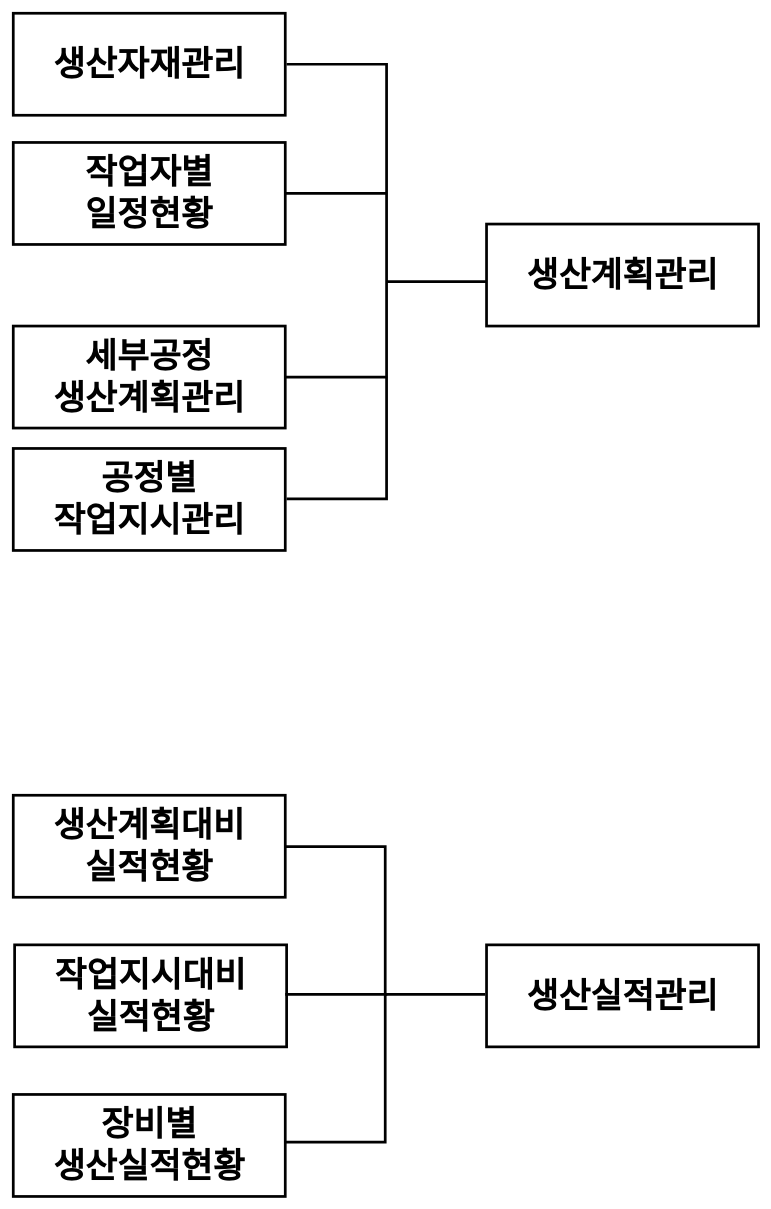
JRiho/alphaknow-project1 keeps this draw.io diagram as 지훈.drawio. Above is the earlier version. Source tidied: cells renumbered, new cells numbered last; positions are measured from the earlier drawing's top-left corner, leaving out a move shared by most shapes. Both pictures are drawn from the tidied source at 68%, with x=0, y=0 at pixel (13, 13).
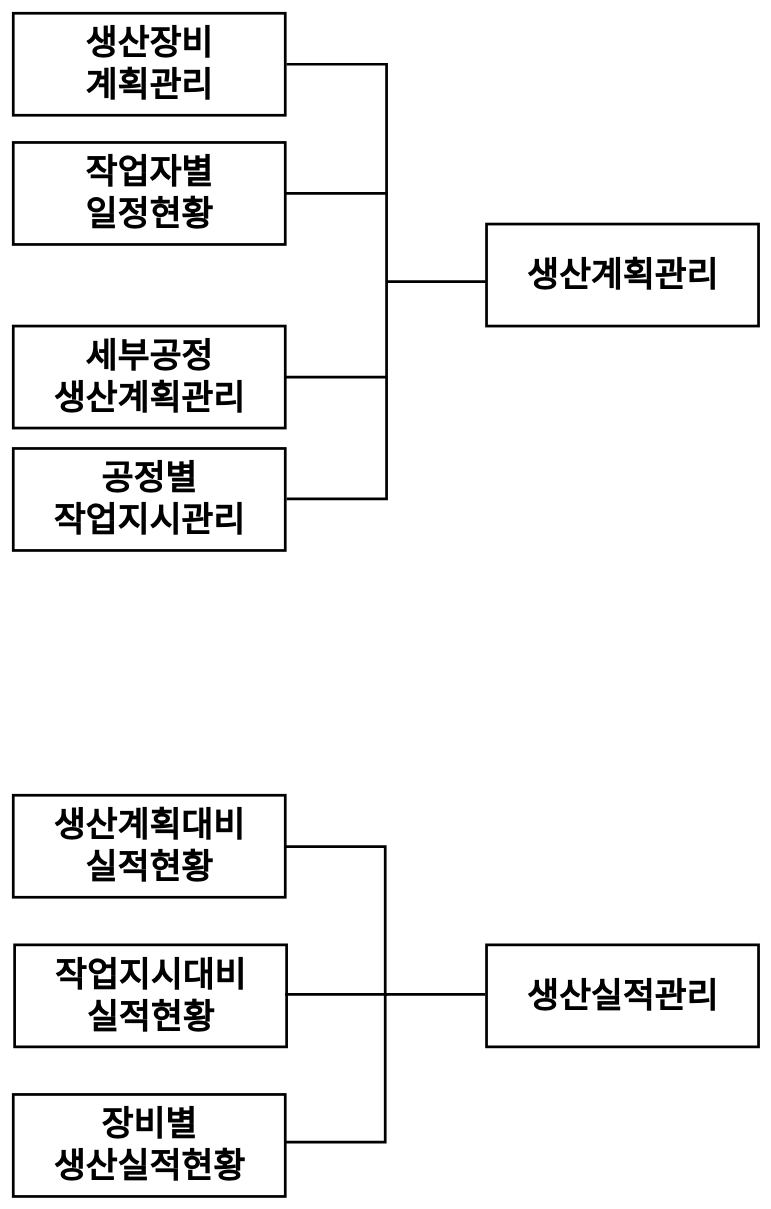
The same page after the edit.

Commit message:
지훈.drawio 업데이트

Change to the diagram source:
```diff
@@
 <mxGraphModel>
   <root>
     <mxCell id="0" />
     <mxCell id="1" parent="0" />
     <mxCell id="2" style="group;" parent="1" vertex="1">
       <mxGeometry width="1096" height="790" as="geometry" />
     </mxCell>
     <mxCell id="3" value="생산계획관리" style="rounded=0;whiteSpace=wrap;html=1;fontSize=51;strokeWidth=4;fontStyle=1;" parent="2" vertex="1">
       <mxGeometry x="696" y="310" width="400" height="150" as="geometry" />
     </mxCell>
-    <mxCell id="4" value="생산자재관리" style="rounded=0;whiteSpace=wrap;html=1;fontSize=51;strokeWidth=4;fontStyle=1;" parent="2" vertex="1">
+    <mxCell id="4" value="생산장비&lt;br&gt;계획관리" style="rounded=0;whiteSpace=wrap;html=1;fontSize=51;strokeWidth=4;fontStyle=1;" parent="2" vertex="1">
       <mxGeometry width="400" height="150" as="geometry" />
     </mxCell>
     <mxCell id="5" value="세부공정&lt;br&gt;생산계획관리" style="rounded=0;whiteSpace=wrap;html=1;fontSize=51;strokeWidth=4;fontStyle=1;" parent="2" vertex="1">
       <mxGeometry y="460" width="400" height="150" as="geometry" />
     </mxCell>
     <mxCell id="6" value="작업자별&lt;br&gt;일정현황" style="rounded=0;whiteSpace=wrap;html=1;fontSize=51;strokeWidth=4;fontStyle=1;" parent="2" vertex="1">
       <mxGeometry y="190" width="400" height="150" as="geometry" />
     </mxCell>
     <mxCell id="7" value="공정별&lt;br&gt;작업지시관리" style="rounded=0;whiteSpace=wrap;html=1;fontSize=51;strokeWidth=4;fontStyle=1;" parent="2" vertex="1">
       <mxGeometry y="640" width="400" height="150" as="geometry" />
     </mxCell>
     <mxCell id="8" style="strokeWidth=4;html=1;shape=mxgraph.flowchart.annotation_2;align=left;labelPosition=right;rotation=-180;" parent="2" vertex="1">
       <mxGeometry x="402" y="75" width="294" height="639" as="geometry" />
     </mxCell>
     <mxCell id="9" style="line;strokeWidth=4;html=1;" parent="2" vertex="1">
       <mxGeometry x="400" y="260" width="150" height="10" as="geometry" />
     </mxCell>
     <mxCell id="10" style="line;strokeWidth=4;html=1;" parent="2" vertex="1">
       <mxGeometry x="400" y="530" width="150" height="10" as="geometry" />
     </mxCell>
     <mxCell id="11" style="group;" parent="1" vertex="1">
       <mxGeometry y="1150" width="1096" height="590" as="geometry" />
     </mxCell>
     <mxCell id="12" value="생산실적관리" style="rounded=0;whiteSpace=wrap;html=1;fontSize=51;strokeWidth=4;fontStyle=1;" parent="11" vertex="1">
       <mxGeometry x="696" y="220" width="400" height="150" as="geometry" />
     </mxCell>
     <mxCell id="13" value="생산계획대비&lt;br style=&quot;font-size: 51px;&quot;&gt;실적현황" style="rounded=0;whiteSpace=wrap;html=1;fontSize=51;strokeWidth=4;fontStyle=1;" parent="11" vertex="1">
       <mxGeometry width="400" height="150" as="geometry" />
     </mxCell>
     <mxCell id="14" value="작업지시대비&lt;br style=&quot;font-size: 51px;&quot;&gt;실적현황" style="rounded=0;whiteSpace=wrap;html=1;fontSize=51;strokeWidth=4;fontStyle=1;" parent="11" vertex="1">
       <mxGeometry x="2" y="220" width="400" height="150" as="geometry" />
     </mxCell>
     <mxCell id="15" value="장비별&lt;br style=&quot;font-size: 51px;&quot;&gt;생산실적현황" style="rounded=0;whiteSpace=wrap;html=1;fontSize=51;strokeWidth=4;fontStyle=1;" parent="11" vertex="1">
       <mxGeometry y="440" width="400" height="150" as="geometry" />
     </mxCell>
     <mxCell id="16" style="strokeWidth=4;html=1;shape=mxgraph.flowchart.annotation_2;align=left;labelPosition=right;rotation=-180;" parent="11" vertex="1">
       <mxGeometry x="400" y="75.5" width="294" height="434.5" as="geometry" />
     </mxCell>
     <mxCell id="17" style="line;strokeWidth=4;html=1;" parent="11" vertex="1">
       <mxGeometry x="400" y="287.8" width="150" height="10" as="geometry" />
     </mxCell>
   </root>
 </mxGraphModel>
```
